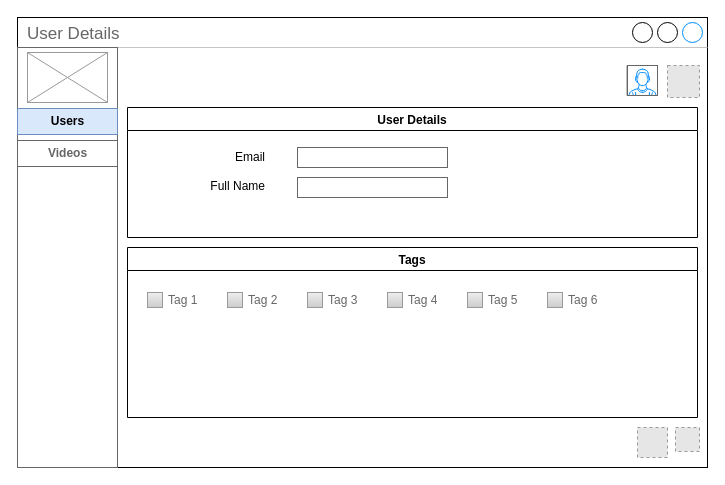
wowarjuna/ivod keeps this draw.io diagram as page "Admin/Reviewer - User Details" (7 of 9) of Untitled Diagram.drawio. Above is the earlier version. Source tidied: cells renumbered, new cells numbered last; positions are measured from the earlier drawing's top-left corner, leaving out a move shared by most shapes. Both pictures are drawn from the tidied source at 100%, with x=0, y=0 at pixel (17, 17). Pictures stored in the file or linked from it are replaced by grey dashed boxes.
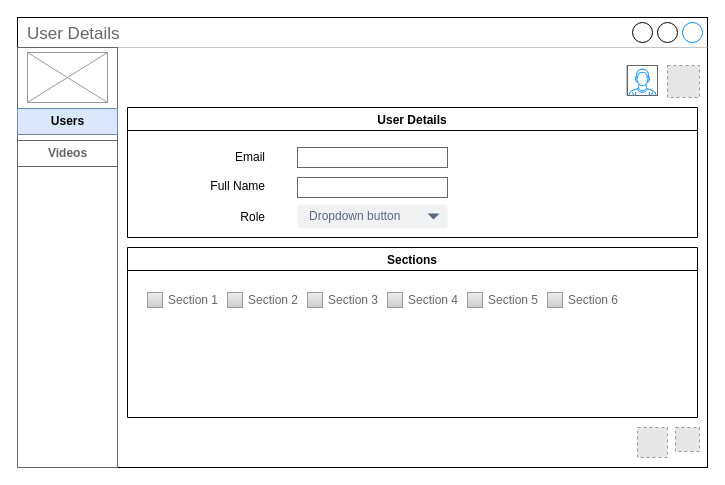
The same diagram, later.

The edit, as a diff of the source:
```diff
@@
-    <mxCell id="11" value="Tags" style="swimlane;fontSize=12;align=center;" parent="1" vertex="1">
+    <mxCell id="11" value="Sections" style="swimlane;fontSize=12;align=center;" parent="1" vertex="1">
       <mxGeometry x="110" y="230" width="570" height="170" as="geometry" />
     </mxCell>
-    <mxCell id="12" value="Tag 1" style="strokeWidth=1;shadow=0;dashed=0;align=center;html=1;shape=mxgraph.mockup.forms.rrect;rSize=0;fillColor=#eeeeee;strokeColor=#999999;gradientColor=#cccccc;align=left;spacingLeft=4;fontSize=12;fontColor=#666666;labelPosition=right;" parent="11" vertex="1">
+    <mxCell id="12" value="Section 1" style="strokeWidth=1;shadow=0;dashed=0;align=center;html=1;shape=mxgraph.mockup.forms.rrect;rSize=0;fillColor=#eeeeee;strokeColor=#999999;gradientColor=#cccccc;align=left;spacingLeft=4;fontSize=12;fontColor=#666666;labelPosition=right;" parent="11" vertex="1">
       <mxGeometry x="20" y="45" width="15" height="15" as="geometry" />
     </mxCell>
-    <mxCell id="13" value="Tag 2" style="strokeWidth=1;shadow=0;dashed=0;align=center;html=1;shape=mxgraph.mockup.forms.rrect;rSize=0;fillColor=#eeeeee;strokeColor=#999999;gradientColor=#cccccc;align=left;spacingLeft=4;fontSize=12;fontColor=#666666;labelPosition=right;" parent="1" vertex="1">
+    <mxCell id="13" value="Section 2" style="strokeWidth=1;shadow=0;dashed=0;align=center;html=1;shape=mxgraph.mockup.forms.rrect;rSize=0;fillColor=#eeeeee;strokeColor=#999999;gradientColor=#cccccc;align=left;spacingLeft=4;fontSize=12;fontColor=#666666;labelPosition=right;" parent="1" vertex="1">
       <mxGeometry x="210" y="275" width="15" height="15" as="geometry" />
     </mxCell>
-    <mxCell id="14" value="Tag 3" style="strokeWidth=1;shadow=0;dashed=0;align=center;html=1;shape=mxgraph.mockup.forms.rrect;rSize=0;fillColor=#eeeeee;strokeColor=#999999;gradientColor=#cccccc;align=left;spacingLeft=4;fontSize=12;fontColor=#666666;labelPosition=right;" parent="1" vertex="1">
+    <mxCell id="14" value="Section 3" style="strokeWidth=1;shadow=0;dashed=0;align=center;html=1;shape=mxgraph.mockup.forms.rrect;rSize=0;fillColor=#eeeeee;strokeColor=#999999;gradientColor=#cccccc;align=left;spacingLeft=4;fontSize=12;fontColor=#666666;labelPosition=right;" parent="1" vertex="1">
       <mxGeometry x="290" y="275" width="15" height="15" as="geometry" />
     </mxCell>
-    <mxCell id="15" value="Tag 4" style="strokeWidth=1;shadow=0;dashed=0;align=center;html=1;shape=mxgraph.mockup.forms.rrect;rSize=0;fillColor=#eeeeee;strokeColor=#999999;gradientColor=#cccccc;align=left;spacingLeft=4;fontSize=12;fontColor=#666666;labelPosition=right;" parent="1" vertex="1">
+    <mxCell id="15" value="Section 4" style="strokeWidth=1;shadow=0;dashed=0;align=center;html=1;shape=mxgraph.mockup.forms.rrect;rSize=0;fillColor=#eeeeee;strokeColor=#999999;gradientColor=#cccccc;align=left;spacingLeft=4;fontSize=12;fontColor=#666666;labelPosition=right;" parent="1" vertex="1">
       <mxGeometry x="370" y="275" width="15" height="15" as="geometry" />
     </mxCell>
-    <mxCell id="16" value="Tag 5" style="strokeWidth=1;shadow=0;dashed=0;align=center;html=1;shape=mxgraph.mockup.forms.rrect;rSize=0;fillColor=#eeeeee;strokeColor=#999999;gradientColor=#cccccc;align=left;spacingLeft=4;fontSize=12;fontColor=#666666;labelPosition=right;" parent="1" vertex="1">
+    <mxCell id="16" value="Section 5" style="strokeWidth=1;shadow=0;dashed=0;align=center;html=1;shape=mxgraph.mockup.forms.rrect;rSize=0;fillColor=#eeeeee;strokeColor=#999999;gradientColor=#cccccc;align=left;spacingLeft=4;fontSize=12;fontColor=#666666;labelPosition=right;" parent="1" vertex="1">
       <mxGeometry x="450" y="275" width="15" height="15" as="geometry" />
     </mxCell>
-    <mxCell id="17" value="Tag 6" style="strokeWidth=1;shadow=0;dashed=0;align=center;html=1;shape=mxgraph.mockup.forms.rrect;rSize=0;fillColor=#eeeeee;strokeColor=#999999;gradientColor=#cccccc;align=left;spacingLeft=4;fontSize=12;fontColor=#666666;labelPosition=right;" parent="1" vertex="1">
+    <mxCell id="17" value="Section 6" style="strokeWidth=1;shadow=0;dashed=0;align=center;html=1;shape=mxgraph.mockup.forms.rrect;rSize=0;fillColor=#eeeeee;strokeColor=#999999;gradientColor=#cccccc;align=left;spacingLeft=4;fontSize=12;fontColor=#666666;labelPosition=right;" parent="1" vertex="1">
       <mxGeometry x="530" y="275" width="15" height="15" as="geometry" />
     </mxCell>
@@
+    <mxCell id="23" value="Role" style="text;html=1;strokeColor=none;fillColor=none;align=right;verticalAlign=middle;whiteSpace=wrap;rounded=0;fontSize=12;" parent="1" vertex="1">
+      <mxGeometry x="120" y="190" width="130" height="20" as="geometry" />
+    </mxCell>
+    <mxCell id="24" value="Dropdown button" style="rounded=1;fillColor=#F1F2F4;strokeColor=none;html=1;fontColor=#596780;align=left;fontSize=12;spacingLeft=10;" parent="1" vertex="1">
+      <mxGeometry x="280" y="187" width="150" height="24" as="geometry" />
+    </mxCell>
+    <mxCell id="25" style="shape=triangle;direction=south;fillColor=#596780;strokeColor=none;html=1;" parent="24" vertex="1">
+      <mxGeometry x="1" y="0.5" width="12" height="6" relative="1" as="geometry">
+        <mxPoint x="-20" y="-3" as="offset" />
+      </mxGeometry>
+    </mxCell>
```
